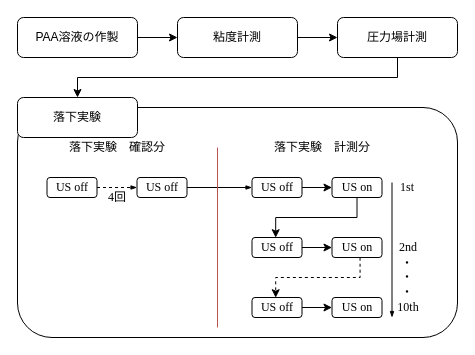
This is 2-Methods/exp-methods.drawio from HidetoNiwa/SugiyamaLab-MasterThesis, a draw.io file, before an edit. Source tidied: cells renumbered, new cells numbered last; positions are measured from the earlier drawing's top-left corner, leaving out a move shared by most shapes. Both pictures are drawn from the tidied source at 100%, with x=0, y=0 at pixel (17, 17).
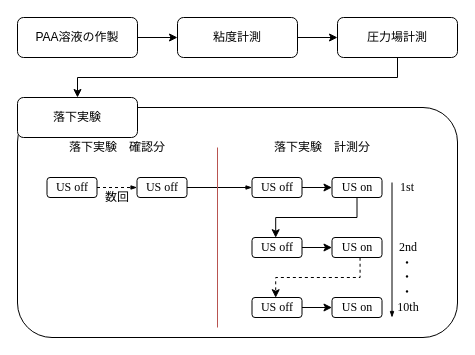
The same page after the edit.

The edit, as a diff of the source:
```diff
@@
-    <mxCell id="33" value="4回" style="text;html=1;strokeColor=none;fillColor=none;align=center;verticalAlign=middle;whiteSpace=wrap;rounded=0;fontFamily=Times New Roman;" parent="1" vertex="1">
+    <mxCell id="33" value="数回" style="text;html=1;strokeColor=none;fillColor=none;align=center;verticalAlign=middle;whiteSpace=wrap;rounded=0;fontFamily=Times New Roman;" parent="1" vertex="1">
       <mxGeometry x="79.5" y="170" width="40" height="20" as="geometry" />
     </mxCell>
```
